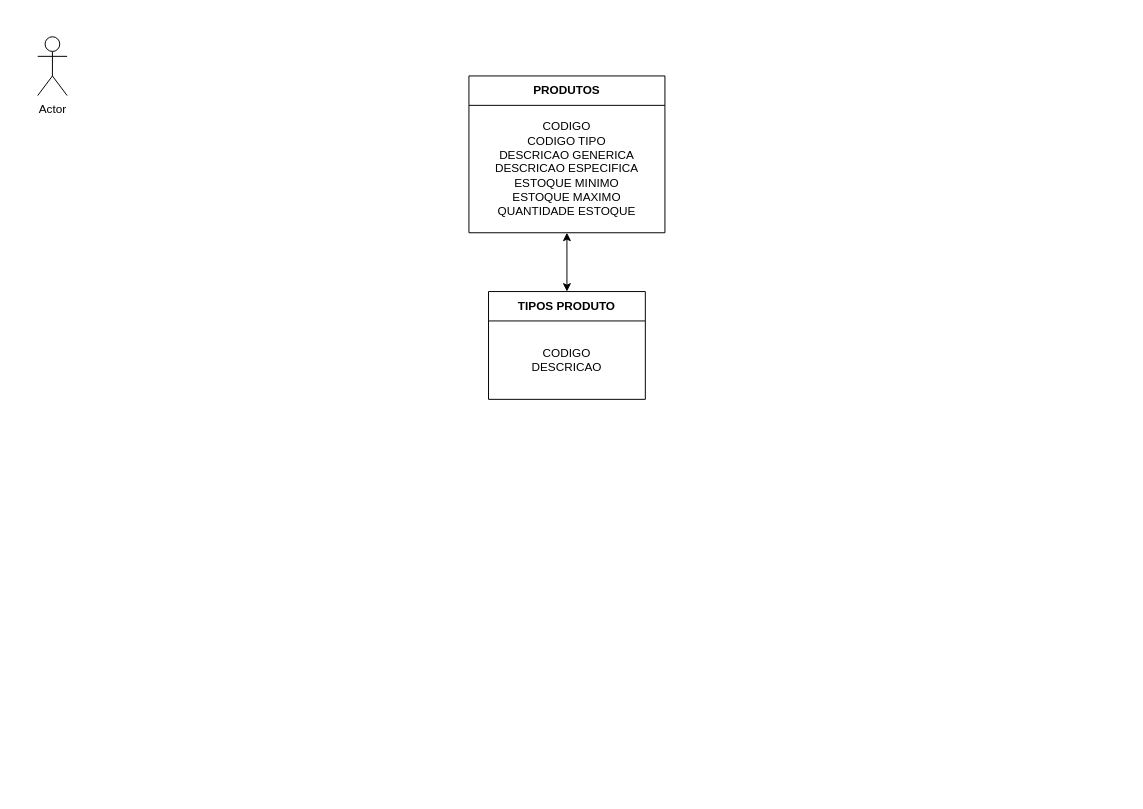
Before: docs/solanojacon-aula-projeto-001.drawio in debersonpaula/tech-talk-projeto, a draw.io diagram. Source tidied: cells renumbered, new cells numbered last; positions are measured from the earlier drawing's top-left corner, leaving out a move shared by most shapes. Both pictures are drawn from the tidied source at 98%, with x=0, y=0 at pixel (37, 36).
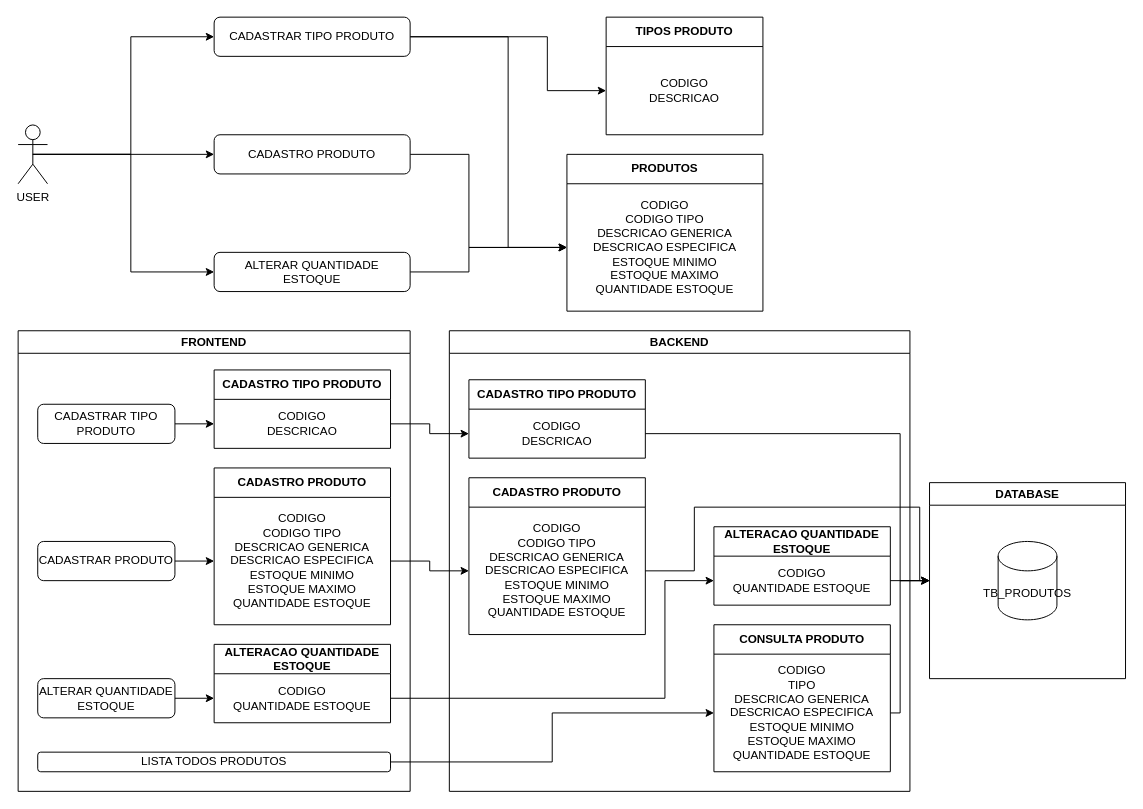
The same page after the edit.

The change refers to these unchanged cells:
```xml
<mxCell id="3" value="CODIGO&lt;br&gt;CODIGO TIPO&lt;br&gt;DESCRICAO GENERICA&lt;br&gt;DESCRICAO ESPECIFICA&lt;br&gt;ESTOQUE MINIMO&lt;br&gt;ESTOQUE MAXIMO&lt;br&gt;QUANTIDADE ESTOQUE" style="text;html=1;strokeColor=none;fillColor=none;align=center;verticalAlign=middle;whiteSpace=wrap;rounded=0;" parent="2" vertex="1">
  <mxGeometry y="30" width="200" height="130" as="geometry" />
</mxCell>
```

What changed in the source:
```diff
@@
     <mxCell id="2" value="PRODUTOS" style="swimlane;whiteSpace=wrap;html=1;startSize=30;" parent="1" vertex="1">
-      <mxGeometry x="440" y="40" width="200" height="160" as="geometry" />
+      <mxGeometry x="540" y="120" width="200" height="160" as="geometry" />
     </mxCell>
@@
     <mxCell id="4" value="TIPOS PRODUTO" style="swimlane;whiteSpace=wrap;html=1;startSize=30;" parent="1" vertex="1">
-      <mxGeometry x="460" y="260" width="160" height="110" as="geometry" />
+      <mxGeometry x="580" y="-20" width="160" height="120" as="geometry" />
     </mxCell>
     <mxCell id="5" value="CODIGO&lt;br&gt;DESCRICAO" style="text;html=1;strokeColor=none;fillColor=none;align=center;verticalAlign=middle;whiteSpace=wrap;rounded=0;" parent="4" vertex="1">
-      <mxGeometry y="30" width="160" height="80" as="geometry" />
+      <mxGeometry y="30" width="160" height="90" as="geometry" />
     </mxCell>
+    <mxCell id="8" style="edgeStyle=orthogonalEdgeStyle;rounded=0;jettySize=auto;html=1;exitX=0.5;exitY=0.5;exitDx=0;exitDy=0;exitPerimeter=0;entryX=0;entryY=0.5;entryDx=0;entryDy=0;" parent="1" edge="1" source="6" target="13">
+      <mxGeometry relative="1" as="geometry" />
+    </mxCell>
+    <mxCell id="9" style="edgeStyle=orthogonalEdgeStyle;rounded=0;jettySize=auto;html=1;exitX=0.5;exitY=0.5;exitDx=0;exitDy=0;exitPerimeter=0;entryX=0;entryY=0.5;entryDx=0;entryDy=0;" parent="1" edge="1" source="6" target="15">
+      <mxGeometry relative="1" as="geometry" />
+    </mxCell>
+    <mxCell id="10" style="edgeStyle=orthogonalEdgeStyle;rounded=0;jettySize=auto;html=1;exitX=0.5;exitY=0.5;exitDx=0;exitDy=0;exitPerimeter=0;entryX=0;entryY=0.5;entryDx=0;entryDy=0;" parent="1" edge="1" source="6" target="17">
+      <mxGeometry relative="1" as="geometry" />
+    </mxCell>
-    <mxCell id="6" value="Actor" style="shape=umlActor;verticalLabelPosition=bottom;verticalAlign=top;html=1;outlineConnect=0;" parent="1" vertex="1">
-      <mxGeometry width="30" height="60" as="geometry" />
+    <mxCell id="6" value="USER" style="shape=umlActor;verticalLabelPosition=bottom;verticalAlign=top;html=1;outlineConnect=0;" parent="1" vertex="1">
+      <mxGeometry x="-20" y="90" width="30" height="60" as="geometry" />
     </mxCell>
-    <mxCell id="7" style="endArrow=classic;startArrow=classic;html=1;rounded=0;entryX=0.5;entryY=1;entryDx=0;entryDy=0;exitX=0.5;exitY=0;exitDx=0;exitDy=0;" parent="1" edge="1" source="4" target="3">
-      <mxGeometry relative="1" as="geometry" />
-    </mxCell>
+    <mxCell id="11" style="edgeStyle=orthogonalEdgeStyle;rounded=0;jettySize=auto;html=1;exitX=1;exitY=0.5;exitDx=0;exitDy=0;entryX=0;entryY=0.5;entryDx=0;entryDy=0;" parent="1" edge="1" source="13" target="5">
+      <mxGeometry relative="1" as="geometry">
+        <Array as="points">
+          <mxPoint x="520" />
+          <mxPoint x="520" y="55" />
+        </Array>
+      </mxGeometry>
+    </mxCell>
+    <mxCell id="12" style="edgeStyle=orthogonalEdgeStyle;rounded=0;jettySize=auto;html=1;exitX=1;exitY=0.5;exitDx=0;exitDy=0;entryX=0;entryY=0.5;entryDx=0;entryDy=0;" parent="1" edge="1" source="13" target="3">
+      <mxGeometry relative="1" as="geometry">
+        <Array as="points">
+          <mxPoint x="480" />
+          <mxPoint x="480" y="215" />
+        </Array>
+      </mxGeometry>
+    </mxCell>
+    <mxCell id="13" value="CADASTRAR TIPO PRODUTO" style="rounded=1;whiteSpace=wrap;html=1;" parent="1" vertex="1">
+      <mxGeometry x="180" y="-20" width="200" height="40" as="geometry" />
+    </mxCell>
+    <mxCell id="14" style="edgeStyle=orthogonalEdgeStyle;rounded=0;jettySize=auto;html=1;exitX=1;exitY=0.5;exitDx=0;exitDy=0;entryX=0;entryY=0.5;entryDx=0;entryDy=0;" parent="1" edge="1" source="15" target="3">
+      <mxGeometry relative="1" as="geometry">
+        <Array as="points">
+          <mxPoint x="440" y="120" />
+          <mxPoint x="440" y="215" />
+        </Array>
+      </mxGeometry>
+    </mxCell>
+    <mxCell id="15" value="CADASTRO PRODUTO" style="rounded=1;whiteSpace=wrap;html=1;" parent="1" vertex="1">
+      <mxGeometry x="180" y="100" width="200" height="40" as="geometry" />
+    </mxCell>
+    <mxCell id="16" style="edgeStyle=orthogonalEdgeStyle;rounded=0;jettySize=auto;html=1;exitX=1;exitY=0.5;exitDx=0;exitDy=0;entryX=0;entryY=0.5;entryDx=0;entryDy=0;" parent="1" edge="1" source="17" target="3">
+      <mxGeometry relative="1" as="geometry">
+        <Array as="points">
+          <mxPoint x="440" y="240" />
+          <mxPoint x="440" y="215" />
+        </Array>
+      </mxGeometry>
+    </mxCell>
+    <mxCell id="17" value="ALTERAR QUANTIDADE ESTOQUE" style="rounded=1;whiteSpace=wrap;html=1;" parent="1" vertex="1">
+      <mxGeometry x="180" y="220" width="200" height="40" as="geometry" />
+    </mxCell>
+    <mxCell id="18" value="FRONTEND" style="swimlane;whiteSpace=wrap;html=1;startSize=23;" parent="1" vertex="1">
+      <mxGeometry x="-20" y="300" width="400" height="470" as="geometry" />
+    </mxCell>
+    <mxCell id="19" value="CADASTRO TIPO PRODUTO" style="swimlane;whiteSpace=wrap;html=1;startSize=30;" parent="18" vertex="1">
+      <mxGeometry x="200" y="40" width="180" height="80" as="geometry" />
+    </mxCell>
+    <mxCell id="20" value="CODIGO&lt;br&gt;DESCRICAO" style="text;html=1;strokeColor=none;fillColor=none;align=center;verticalAlign=middle;whiteSpace=wrap;rounded=0;" parent="19" vertex="1">
+      <mxGeometry y="30" width="180" height="50" as="geometry" />
+    </mxCell>
+    <mxCell id="21" style="edgeStyle=orthogonalEdgeStyle;rounded=0;jettySize=auto;html=1;exitX=1;exitY=0.5;exitDx=0;exitDy=0;entryX=0;entryY=0.5;entryDx=0;entryDy=0;" parent="18" edge="1" source="22" target="20">
+      <mxGeometry relative="1" as="geometry" />
+    </mxCell>
+    <mxCell id="22" value="CADASTRAR TIPO PRODUTO" style="rounded=1;whiteSpace=wrap;html=1;" parent="18" vertex="1">
+      <mxGeometry x="20" y="75" width="140" height="40" as="geometry" />
+    </mxCell>
+    <mxCell id="23" style="edgeStyle=orthogonalEdgeStyle;rounded=0;jettySize=auto;html=1;exitX=1;exitY=0.5;exitDx=0;exitDy=0;entryX=0;entryY=0.5;entryDx=0;entryDy=0;" parent="18" edge="1" source="24" target="26">
+      <mxGeometry relative="1" as="geometry" />
+    </mxCell>
+    <mxCell id="24" value="CADASTRAR PRODUTO" style="rounded=1;whiteSpace=wrap;html=1;" parent="18" vertex="1">
+      <mxGeometry x="20" y="215" width="140" height="40" as="geometry" />
+    </mxCell>
+    <mxCell id="25" value="CADASTRO PRODUTO" style="swimlane;whiteSpace=wrap;html=1;startSize=30;" parent="18" vertex="1">
+      <mxGeometry x="200" y="140" width="180" height="160" as="geometry" />
+    </mxCell>
+    <mxCell id="26" value="CODIGO&lt;br&gt;CODIGO TIPO&lt;br&gt;DESCRICAO GENERICA&lt;br&gt;DESCRICAO ESPECIFICA&lt;br&gt;ESTOQUE MINIMO&lt;br&gt;ESTOQUE MAXIMO&lt;br&gt;QUANTIDADE ESTOQUE" style="text;html=1;strokeColor=none;fillColor=none;align=center;verticalAlign=middle;whiteSpace=wrap;rounded=0;" parent="25" vertex="1">
+      <mxGeometry y="30" width="180" height="130" as="geometry" />
+    </mxCell>
+    <mxCell id="27" style="edgeStyle=orthogonalEdgeStyle;rounded=0;jettySize=auto;html=1;exitX=1;exitY=0.5;exitDx=0;exitDy=0;entryX=0;entryY=0.5;entryDx=0;entryDy=0;" parent="18" edge="1" source="28" target="30">
+      <mxGeometry relative="1" as="geometry" />
+    </mxCell>
+    <mxCell id="28" value="ALTERAR QUANTIDADE ESTOQUE" style="rounded=1;whiteSpace=wrap;html=1;" parent="18" vertex="1">
+      <mxGeometry x="20" y="355" width="140" height="40" as="geometry" />
+    </mxCell>
+    <mxCell id="29" value="ALTERACAO QUANTIDADE ESTOQUE" style="swimlane;whiteSpace=wrap;html=1;startSize=30;" parent="18" vertex="1">
+      <mxGeometry x="200" y="320" width="180" height="80" as="geometry" />
+    </mxCell>
+    <mxCell id="30" value="CODIGO&lt;br&gt;QUANTIDADE ESTOQUE" style="text;html=1;strokeColor=none;fillColor=none;align=center;verticalAlign=middle;whiteSpace=wrap;rounded=0;" parent="29" vertex="1">
+      <mxGeometry y="30" width="180" height="50" as="geometry" />
+    </mxCell>
+    <mxCell id="31" value="LISTA TODOS PRODUTOS" style="rounded=1;whiteSpace=wrap;html=1;" parent="18" vertex="1">
+      <mxGeometry x="20" y="430" width="360" height="20" as="geometry" />
+    </mxCell>
+    <mxCell id="32" value="BACKEND" style="swimlane;whiteSpace=wrap;html=1;" parent="1" vertex="1">
+      <mxGeometry x="420" y="300" width="470" height="470" as="geometry" />
+    </mxCell>
+    <mxCell id="33" value="CADASTRO TIPO PRODUTO" style="swimlane;whiteSpace=wrap;html=1;startSize=30;" parent="32" vertex="1">
+      <mxGeometry x="20" y="50" width="180" height="80" as="geometry" />
+    </mxCell>
+    <mxCell id="34" value="CODIGO&lt;br&gt;DESCRICAO" style="text;html=1;strokeColor=none;fillColor=none;align=center;verticalAlign=middle;whiteSpace=wrap;rounded=0;" parent="33" vertex="1">
+      <mxGeometry y="30" width="180" height="50" as="geometry" />
+    </mxCell>
+    <mxCell id="35" value="CADASTRO PRODUTO" style="swimlane;whiteSpace=wrap;html=1;startSize=30;" parent="32" vertex="1">
+      <mxGeometry x="20" y="150" width="180" height="160" as="geometry" />
+    </mxCell>
+    <mxCell id="36" value="CODIGO&lt;br&gt;CODIGO TIPO&lt;br&gt;DESCRICAO GENERICA&lt;br&gt;DESCRICAO ESPECIFICA&lt;br&gt;ESTOQUE MINIMO&lt;br&gt;ESTOQUE MAXIMO&lt;br&gt;QUANTIDADE ESTOQUE" style="text;html=1;strokeColor=none;fillColor=none;align=center;verticalAlign=middle;whiteSpace=wrap;rounded=0;" parent="35" vertex="1">
+      <mxGeometry y="30" width="180" height="130" as="geometry" />
+    </mxCell>
+    <mxCell id="37" value="CONSULTA PRODUTO" style="swimlane;whiteSpace=wrap;html=1;startSize=30;" parent="32" vertex="1">
+      <mxGeometry x="270" y="300" width="180" height="150" as="geometry" />
+    </mxCell>
+    <mxCell id="38" value="CODIGO&lt;br&gt;TIPO&lt;br&gt;DESCRICAO GENERICA&lt;br&gt;DESCRICAO ESPECIFICA&lt;br&gt;ESTOQUE MINIMO&lt;br&gt;ESTOQUE MAXIMO&lt;br&gt;QUANTIDADE ESTOQUE" style="text;html=1;strokeColor=none;fillColor=none;align=center;verticalAlign=middle;whiteSpace=wrap;rounded=0;" parent="37" vertex="1">
+      <mxGeometry y="30" width="180" height="120" as="geometry" />
+    </mxCell>
+    <mxCell id="39" value="ALTERACAO QUANTIDADE ESTOQUE" style="swimlane;whiteSpace=wrap;html=1;startSize=30;" parent="32" vertex="1">
+      <mxGeometry x="270" y="200" width="180" height="80" as="geometry" />
+    </mxCell>
+    <mxCell id="40" value="CODIGO&lt;br&gt;QUANTIDADE ESTOQUE" style="text;html=1;strokeColor=none;fillColor=none;align=center;verticalAlign=middle;whiteSpace=wrap;rounded=0;" parent="39" vertex="1">
+      <mxGeometry y="30" width="180" height="50" as="geometry" />
+    </mxCell>
+    <mxCell id="41" value="DATABASE" style="swimlane;whiteSpace=wrap;html=1;" parent="1" vertex="1">
+      <mxGeometry x="910" y="455" width="200" height="200" as="geometry" />
+    </mxCell>
+    <mxCell id="42" value="TB_PRODUTOS" style="shape=cylinder3;whiteSpace=wrap;html=1;boundedLbl=1;backgroundOutline=1;size=15;" parent="41" vertex="1">
+      <mxGeometry x="70" y="60" width="60" height="80" as="geometry" />
+    </mxCell>
+    <mxCell id="43" style="edgeStyle=orthogonalEdgeStyle;rounded=0;jettySize=auto;html=1;exitX=1;exitY=0.5;exitDx=0;exitDy=0;entryX=0;entryY=0.5;entryDx=0;entryDy=0;" parent="1" edge="1" source="20" target="34">
+      <mxGeometry relative="1" as="geometry" />
+    </mxCell>
+    <mxCell id="44" style="edgeStyle=orthogonalEdgeStyle;rounded=0;jettySize=auto;html=1;exitX=1;exitY=0.5;exitDx=0;exitDy=0;entryX=0;entryY=0.5;entryDx=0;entryDy=0;" parent="1" edge="1" source="26" target="36">
+      <mxGeometry relative="1" as="geometry" />
+    </mxCell>
+    <mxCell id="45" style="edgeStyle=orthogonalEdgeStyle;rounded=0;jettySize=auto;html=1;exitX=1;exitY=0.5;exitDx=0;exitDy=0;entryX=0;entryY=0.5;entryDx=0;entryDy=0;" parent="1" edge="1" source="30" target="40">
+      <mxGeometry relative="1" as="geometry">
+        <Array as="points">
+          <mxPoint x="640" y="675" />
+          <mxPoint x="640" y="555" />
+        </Array>
+      </mxGeometry>
+    </mxCell>
+    <mxCell id="46" style="edgeStyle=orthogonalEdgeStyle;rounded=0;jettySize=auto;html=1;exitX=1;exitY=0.5;exitDx=0;exitDy=0;entryX=0;entryY=0.5;entryDx=0;entryDy=0;" parent="1" edge="1" source="31" target="38">
+      <mxGeometry relative="1" as="geometry" />
+    </mxCell>
+    <mxCell id="47" style="edgeStyle=orthogonalEdgeStyle;rounded=0;jettySize=auto;html=1;exitX=1;exitY=0.5;exitDx=0;exitDy=0;entryX=0;entryY=0.5;entryDx=0;entryDy=0;" parent="1" edge="1" source="40" target="41">
+      <mxGeometry relative="1" as="geometry" />
+    </mxCell>
+    <mxCell id="48" style="edgeStyle=orthogonalEdgeStyle;rounded=0;jettySize=auto;html=1;exitX=1;exitY=0.5;exitDx=0;exitDy=0;entryX=0;entryY=0.5;entryDx=0;entryDy=0;" parent="1" edge="1" source="34" target="41">
+      <mxGeometry relative="1" as="geometry">
+        <Array as="points">
+          <mxPoint x="880" y="405" />
+          <mxPoint x="880" y="555" />
+        </Array>
+      </mxGeometry>
+    </mxCell>
+    <mxCell id="49" style="edgeStyle=orthogonalEdgeStyle;rounded=0;jettySize=auto;html=1;exitX=1;exitY=0.5;exitDx=0;exitDy=0;entryX=0;entryY=0.5;entryDx=0;entryDy=0;" parent="1" edge="1" source="36" target="41">
+      <mxGeometry relative="1" as="geometry">
+        <Array as="points">
+          <mxPoint x="670" y="545" />
+          <mxPoint x="670" y="480" />
+          <mxPoint x="900" y="480" />
+          <mxPoint x="900" y="555" />
+        </Array>
+      </mxGeometry>
+    </mxCell>
+    <mxCell id="50" style="edgeStyle=orthogonalEdgeStyle;rounded=0;jettySize=auto;html=1;exitX=1;exitY=0.5;exitDx=0;exitDy=0;entryX=0;entryY=0.5;entryDx=0;entryDy=0;" parent="1" edge="1" source="38" target="41">
+      <mxGeometry relative="1" as="geometry">
+        <Array as="points">
+          <mxPoint x="880" y="690" />
+          <mxPoint x="880" y="555" />
+        </Array>
+      </mxGeometry>
+    </mxCell>
```
